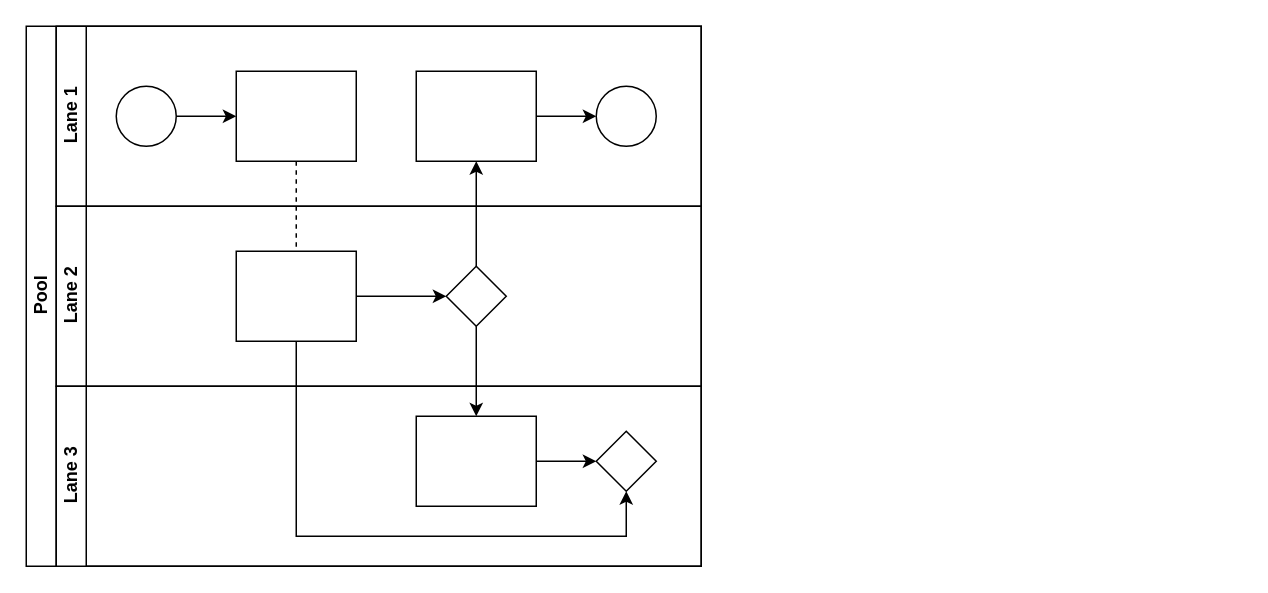
TJ-Kwetsane1993/Thato keeps this draw.io diagram as billingprocess.drawio. Above is the earlier version. Source tidied: cells renumbered, new cells numbered last; positions are measured from the earlier drawing's top-left corner, leaving out a move shared by most shapes. Both pictures are drawn from the tidied source at 150%, with x=0, y=0 at pixel (26, 26).
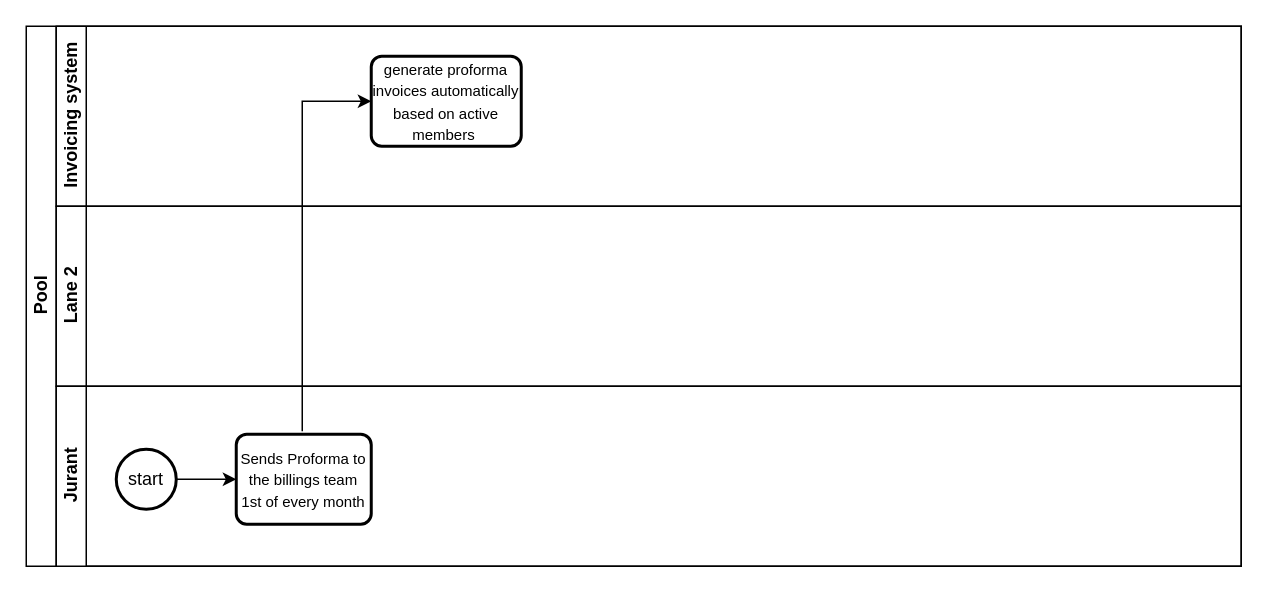
Above is the later version.

The edit, as a diff of the source:
```diff
@@
     <mxCell id="2" value="Pool" style="swimlane;html=1;horizontal=0;startSize=20;" parent="1" vertex="1">
-      <mxGeometry width="450" height="360" as="geometry" />
+      <mxGeometry width="810" height="360" as="geometry" />
     </mxCell>
-    <mxCell id="3" style="edgeStyle=orthogonalEdgeStyle;rounded=0;jettySize=auto;html=1;dashed=1;endArrow=none;endFill=0;" parent="2" edge="1" source="10" target="16">
-      <mxGeometry relative="1" as="geometry" />
-    </mxCell>
-    <mxCell id="4" style="edgeStyle=orthogonalEdgeStyle;rounded=0;jettySize=auto;html=1;endArrow=classic;endFill=1;" parent="2" edge="1" source="17" target="12">
-      <mxGeometry relative="1" as="geometry" />
-    </mxCell>
-    <mxCell id="5" style="edgeStyle=orthogonalEdgeStyle;rounded=0;jettySize=auto;html=1;endArrow=classic;endFill=1;" parent="2" edge="1" source="17" target="20">
-      <mxGeometry relative="1" as="geometry" />
-    </mxCell>
-    <mxCell id="6" style="edgeStyle=orthogonalEdgeStyle;rounded=0;jettySize=auto;html=1;endArrow=classic;endFill=1;" parent="2" edge="1" source="16" target="21">
-      <mxGeometry relative="1" as="geometry">
-        <Array as="points">
-          <mxPoint x="180" y="340" />
-          <mxPoint x="400" y="340" />
-        </Array>
-      </mxGeometry>
-    </mxCell>
-    <mxCell id="7" value="Lane 1" style="swimlane;html=1;startSize=20;horizontal=0;" parent="2" vertex="1">
-      <mxGeometry x="20" width="430" height="120" as="geometry" />
+    <mxCell id="7" value="Invoicing system" style="swimlane;html=1;startSize=20;horizontal=0;" parent="2" vertex="1">
+      <mxGeometry x="20" width="790" height="120" as="geometry" />
     </mxCell>
-    <mxCell id="8" style="edgeStyle=orthogonalEdgeStyle;rounded=0;jettySize=auto;html=1;" parent="7" edge="1" source="9" target="10">
-      <mxGeometry relative="1" as="geometry" />
-    </mxCell>
-    <mxCell id="9" style="ellipse;whiteSpace=wrap;html=1;" parent="7" vertex="1">
-      <mxGeometry x="40" y="40" width="40" height="40" as="geometry" />
-    </mxCell>
-    <mxCell id="10" style="rounded=0;whiteSpace=wrap;html=1;fontFamily=Helvetica;fontSize=12;fontColor=#000000;align=center;" parent="7" vertex="1">
-      <mxGeometry x="120" y="30" width="80" height="60" as="geometry" />
-    </mxCell>
-    <mxCell id="11" style="edgeStyle=orthogonalEdgeStyle;rounded=0;jettySize=auto;html=1;endArrow=classic;endFill=1;" parent="7" edge="1" source="12" target="13">
-      <mxGeometry relative="1" as="geometry" />
-    </mxCell>
-    <mxCell id="12" style="rounded=0;whiteSpace=wrap;html=1;fontFamily=Helvetica;fontSize=12;fontColor=#000000;align=center;" parent="7" vertex="1">
-      <mxGeometry x="240" y="30" width="80" height="60" as="geometry" />
-    </mxCell>
-    <mxCell id="13" style="ellipse;whiteSpace=wrap;html=1;" parent="7" vertex="1">
-      <mxGeometry x="360" y="40" width="40" height="40" as="geometry" />
-    </mxCell>
+    <mxCell id="22" value="&lt;span style=&quot;font-family: Aptos, sans-serif;&quot; lang=&quot;EN-US&quot;&gt;&lt;font style=&quot;font-size: 10px;&quot;&gt;generate proforma invoices automatically based on active members&amp;nbsp;&lt;/font&gt;&lt;/span&gt;" style="rounded=1;whiteSpace=wrap;html=1;absoluteArcSize=1;arcSize=14;strokeWidth=2;" parent="7" vertex="1">
+      <mxGeometry x="210" y="20" width="100" height="60" as="geometry" />
+    </mxCell>
     <mxCell id="14" value="Lane 2" style="swimlane;html=1;startSize=20;horizontal=0;" parent="2" vertex="1">
-      <mxGeometry x="20" y="120" width="430" height="120" as="geometry" />
+      <mxGeometry x="20" y="120" width="790" height="120" as="geometry" />
     </mxCell>
-    <mxCell id="15" style="edgeStyle=orthogonalEdgeStyle;rounded=0;jettySize=auto;html=1;endArrow=classic;endFill=1;" parent="14" edge="1" source="16" target="17">
-      <mxGeometry relative="1" as="geometry" />
-    </mxCell>
-    <mxCell id="16" style="rounded=0;whiteSpace=wrap;html=1;fontFamily=Helvetica;fontSize=12;fontColor=#000000;align=center;" parent="14" vertex="1">
-      <mxGeometry x="120" y="30" width="80" height="60" as="geometry" />
-    </mxCell>
-    <mxCell id="17" style="rhombus;whiteSpace=wrap;html=1;fontFamily=Helvetica;fontSize=12;fontColor=#000000;align=center;" parent="14" vertex="1">
-      <mxGeometry x="260" y="40" width="40" height="40" as="geometry" />
-    </mxCell>
-    <mxCell id="18" value="Lane 3" style="swimlane;html=1;startSize=20;horizontal=0;" parent="2" vertex="1">
-      <mxGeometry x="20" y="240" width="430" height="120" as="geometry" />
+    <mxCell id="18" value="Jurant" style="swimlane;html=1;startSize=20;horizontal=0;" parent="2" vertex="1">
+      <mxGeometry x="20" y="240" width="790" height="120" as="geometry" />
     </mxCell>
-    <mxCell id="19" style="edgeStyle=orthogonalEdgeStyle;rounded=0;jettySize=auto;html=1;endArrow=classic;endFill=1;" parent="18" edge="1" source="20" target="21">
-      <mxGeometry relative="1" as="geometry" />
-    </mxCell>
-    <mxCell id="20" style="rounded=0;whiteSpace=wrap;html=1;fontFamily=Helvetica;fontSize=12;fontColor=#000000;align=center;" parent="18" vertex="1">
-      <mxGeometry x="240" y="20" width="80" height="60" as="geometry" />
-    </mxCell>
-    <mxCell id="21" style="rhombus;whiteSpace=wrap;html=1;fontFamily=Helvetica;fontSize=12;fontColor=#000000;align=center;" parent="18" vertex="1">
-      <mxGeometry x="360" y="30" width="40" height="40" as="geometry" />
-    </mxCell>
+    <mxCell id="23" style="edgeStyle=orthogonalEdgeStyle;rounded=0;jettySize=auto;html=1;exitX=1;exitY=0.5;exitDx=0;exitDy=0;exitPerimeter=0;" parent="18" edge="1" source="24">
+      <mxGeometry relative="1" as="geometry">
+        <mxPoint x="120" y="62" as="targetPoint" />
+      </mxGeometry>
+    </mxCell>
+    <mxCell id="24" value="start" style="strokeWidth=2;html=1;shape=mxgraph.flowchart.start_2;whiteSpace=wrap;" parent="18" vertex="1">
+      <mxGeometry x="40" y="42" width="40" height="40" as="geometry" />
+    </mxCell>
+    <mxCell id="25" value="&lt;font style=&quot;font-size: 10px;&quot;&gt;Sends Proforma to the billings team 1st of every month&lt;/font&gt;" style="rounded=1;whiteSpace=wrap;html=1;absoluteArcSize=1;arcSize=14;strokeWidth=2;" parent="18" vertex="1">
+      <mxGeometry x="120" y="32" width="90" height="60" as="geometry" />
+    </mxCell>
+    <mxCell id="26" style="edgeStyle=orthogonalEdgeStyle;rounded=0;orthogonalLoop=1;jettySize=auto;html=1;" parent="1" edge="1">
+      <mxGeometry relative="1" as="geometry">
+        <mxPoint x="184" y="270" as="sourcePoint" />
+        <mxPoint x="230" y="50" as="targetPoint" />
+        <Array as="points">
+          <mxPoint x="184" y="50" />
+        </Array>
+      </mxGeometry>
+    </mxCell>
```
